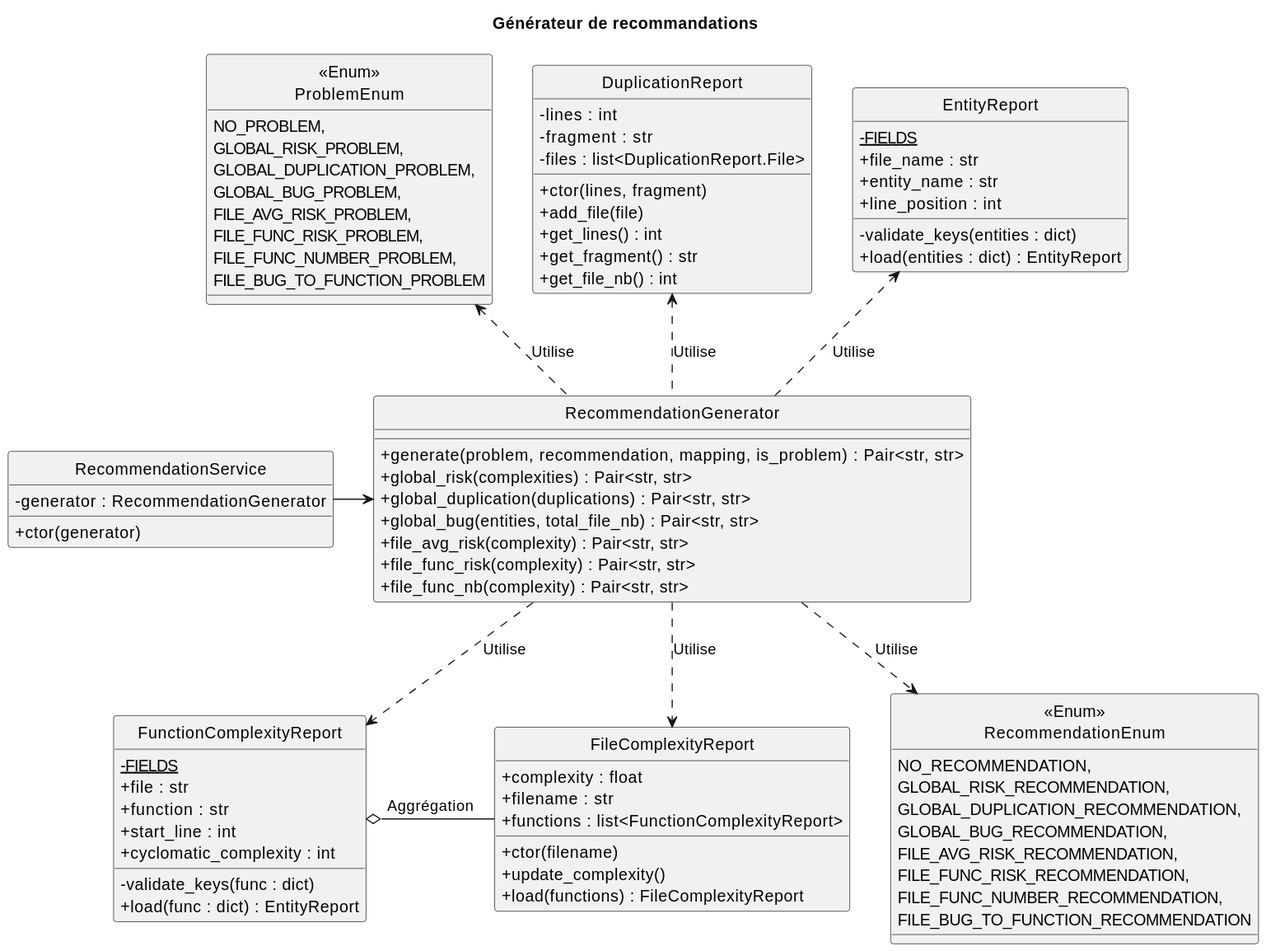
Above: doc/wiki/puml/recomm_generator.svg in CAMaji/technical_debts (PlantUML), before the change. Source of this version:
```plantuml
@startuml
hide circle
skinparam classAttributeIconSize 0
title Générateur de recommandations

class RecommendationService {
    - generator : RecommendationGenerator
    + ctor(generator)
}

class RecommendationGenerator {
    + generate(problem, recommendation, mapping, is_problem) : Pair<str, str>
    + global_risk(complexities) : Pair<str, str>
    + global_duplication(duplications) : Pair<str, str>
    + global_bug(entities, total_file_nb) : Pair<str, str>
    + file_avg_risk(complexity) : Pair<str, str>
    + file_func_risk(complexity) : Pair<str, str>
    + file_func_nb(complexity) : Pair<str, str>
}

class "<<Enum>>\nProblemEnum" as ProblemEnum {
    NO_PROBLEM,
    GLOBAL_RISK_PROBLEM,
    GLOBAL_DUPLICATION_PROBLEM,
    GLOBAL_BUG_PROBLEM,
    FILE_AVG_RISK_PROBLEM,
    FILE_FUNC_RISK_PROBLEM,
    FILE_FUNC_NUMBER_PROBLEM,
    FILE_BUG_TO_FUNCTION_PROBLEM
}

class "<<Enum>>\nRecommendationEnum" as RecommendationEnum {
    NO_RECOMMENDATION,
    GLOBAL_RISK_RECOMMENDATION,
    GLOBAL_DUPLICATION_RECOMMENDATION,
    GLOBAL_BUG_RECOMMENDATION,
    FILE_AVG_RISK_RECOMMENDATION,
    FILE_FUNC_RISK_RECOMMENDATION,
    FILE_FUNC_NUMBER_RECOMMENDATION,
    FILE_BUG_TO_FUNCTION_RECOMMENDATION
}

class EntityReport {
    - {static} FIELDS
    + file_name : str
    + entity_name : str
    + line_position : int

    - validate_keys(entities : dict)
    + load(entities : dict) : EntityReport
}

class FileComplexityReport {
    + complexity : float
    + filename : str
    + functions : list<FunctionComplexityReport>
    + ctor(filename)
    + update_complexity()
    + load(functions) : FileComplexityReport
}

class FunctionComplexityReport {
    - {static} FIELDS
    + file : str
    + function : str
    + start_line : int
    + cyclomatic_complexity : int
    - validate_keys(func : dict)
    + load(func : dict) : EntityReport
}

class DuplicationReport {
    - lines : int
    - fragment : str
    - files : list<DuplicationReport.File>
    + ctor(lines, fragment)
    + add_file(file)
    + get_lines() : int
    + get_fragment() : str
    + get_file_nb() : int
}

RecommendationService -right-> RecommendationGenerator
RecommendationGenerator .up.> EntityReport : "Utilise"
RecommendationGenerator .down.> FileComplexityReport : "Utilise"
RecommendationGenerator .down.> FunctionComplexityReport : "Utilise"
RecommendationGenerator .up.> DuplicationReport : "Utilise"
RecommendationGenerator .up.> ProblemEnum : "Utilise"
RecommendationGenerator .down.> RecommendationEnum : "Utilise"
FileComplexityReport -left-o FunctionComplexityReport: "Aggrégation"
@enduml
```
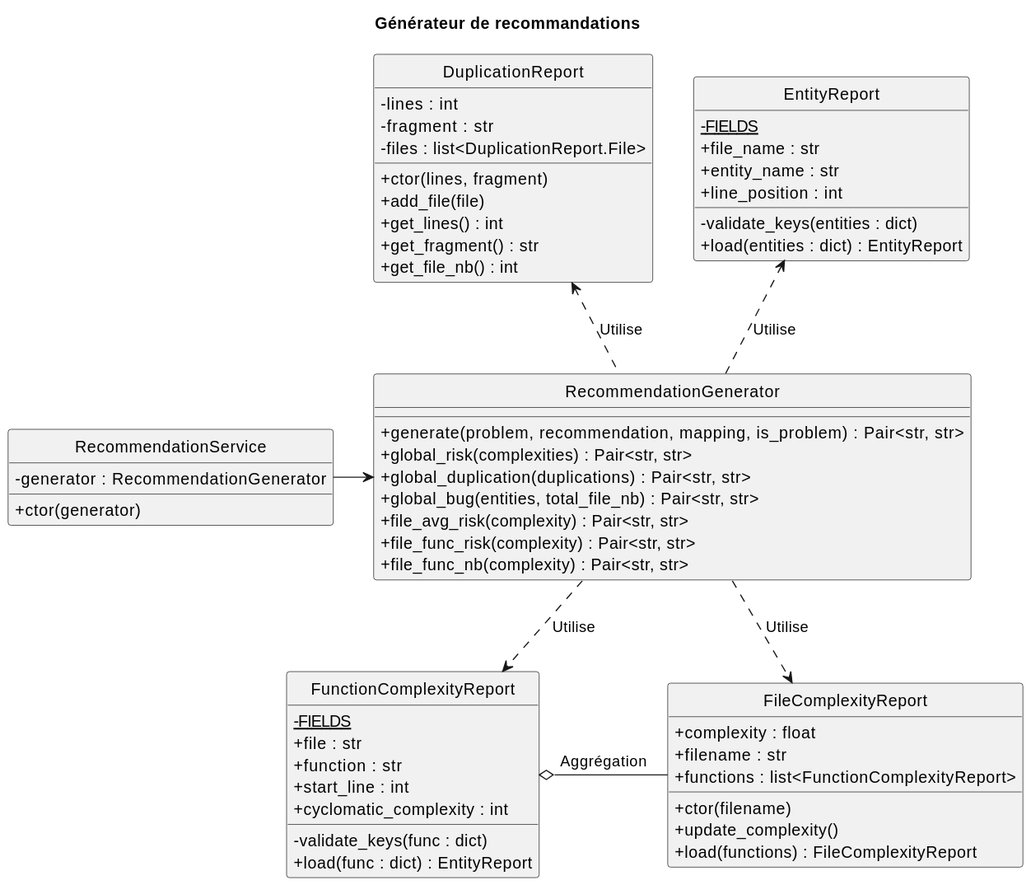
The same diagram one commit later.

Commit message:
modif doc recomm

The edit, as a diff of the source:
```diff
@@ -16,28 +16,6 @@
     + file_avg_risk(complexity) : Pair<str, str>
     + file_func_risk(complexity) : Pair<str, str>
     + file_func_nb(complexity) : Pair<str, str>
-}
-
-class "<<Enum>>\nProblemEnum" as ProblemEnum {
-    NO_PROBLEM,
-    GLOBAL_RISK_PROBLEM,
-    GLOBAL_DUPLICATION_PROBLEM,
-    GLOBAL_BUG_PROBLEM,
-    FILE_AVG_RISK_PROBLEM,
-    FILE_FUNC_RISK_PROBLEM,
-    FILE_FUNC_NUMBER_PROBLEM,
-    FILE_BUG_TO_FUNCTION_PROBLEM
-}
-
-class "<<Enum>>\nRecommendationEnum" as RecommendationEnum {
-    NO_RECOMMENDATION,
-    GLOBAL_RISK_RECOMMENDATION,
-    GLOBAL_DUPLICATION_RECOMMENDATION,
-    GLOBAL_BUG_RECOMMENDATION,
-    FILE_AVG_RISK_RECOMMENDATION,
-    FILE_FUNC_RISK_RECOMMENDATION,
-    FILE_FUNC_NUMBER_RECOMMENDATION,
-    FILE_BUG_TO_FUNCTION_RECOMMENDATION
 }
 
 class EntityReport {
@@ -85,7 +63,5 @@
 RecommendationGenerator .down.> FileComplexityReport : "Utilise"
 RecommendationGenerator .down.> FunctionComplexityReport : "Utilise"
 RecommendationGenerator .up.> DuplicationReport : "Utilise"
-RecommendationGenerator .up.> ProblemEnum : "Utilise"
-RecommendationGenerator .down.> RecommendationEnum : "Utilise"
 FileComplexityReport -left-o FunctionComplexityReport: "Aggrégation"
 @enduml
```
